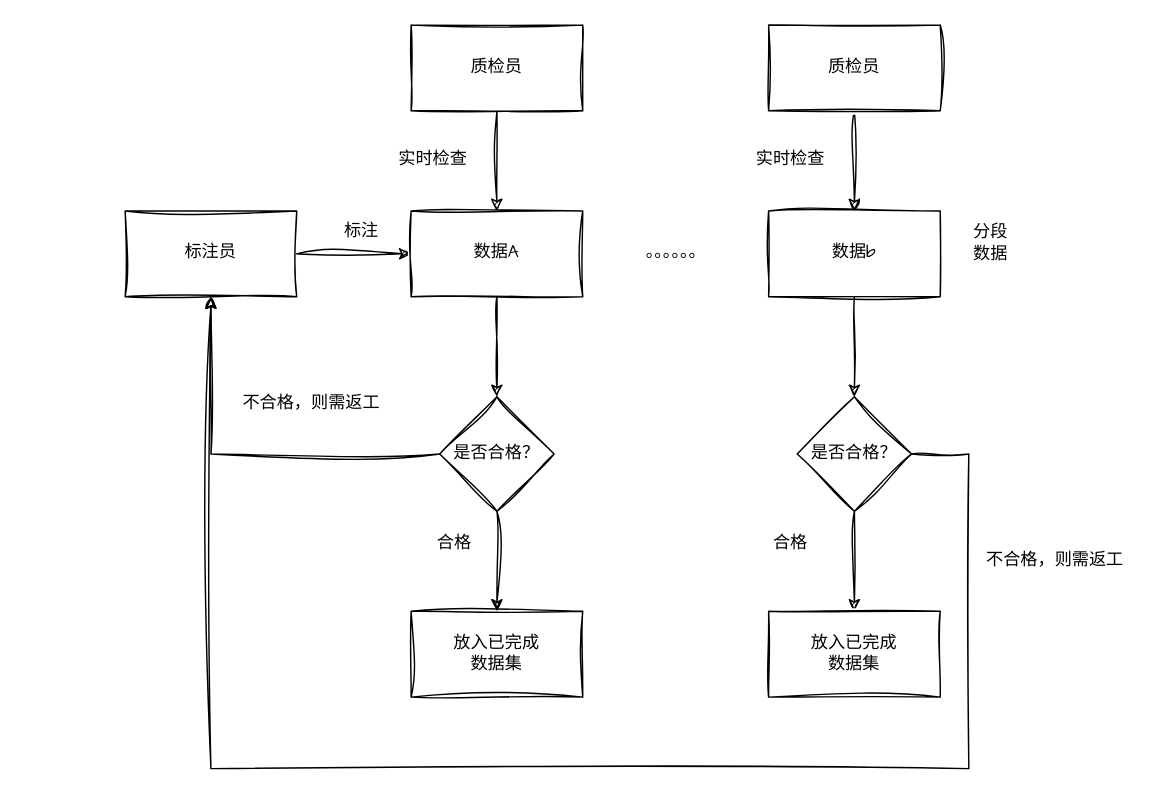
n-i-n-g-e-n/drawio keeps this draw.io diagram as page "实时检验" (2 of 6) of 人工智能训练师三级.drawio. Above is the earlier version. Source tidied: cells renumbered, new cells numbered last; positions are measured from the earlier drawing's top-left corner, leaving out a move shared by most shapes. Both pictures are drawn from the tidied source at 143%, with x=0, y=0 at pixel (124, 24).
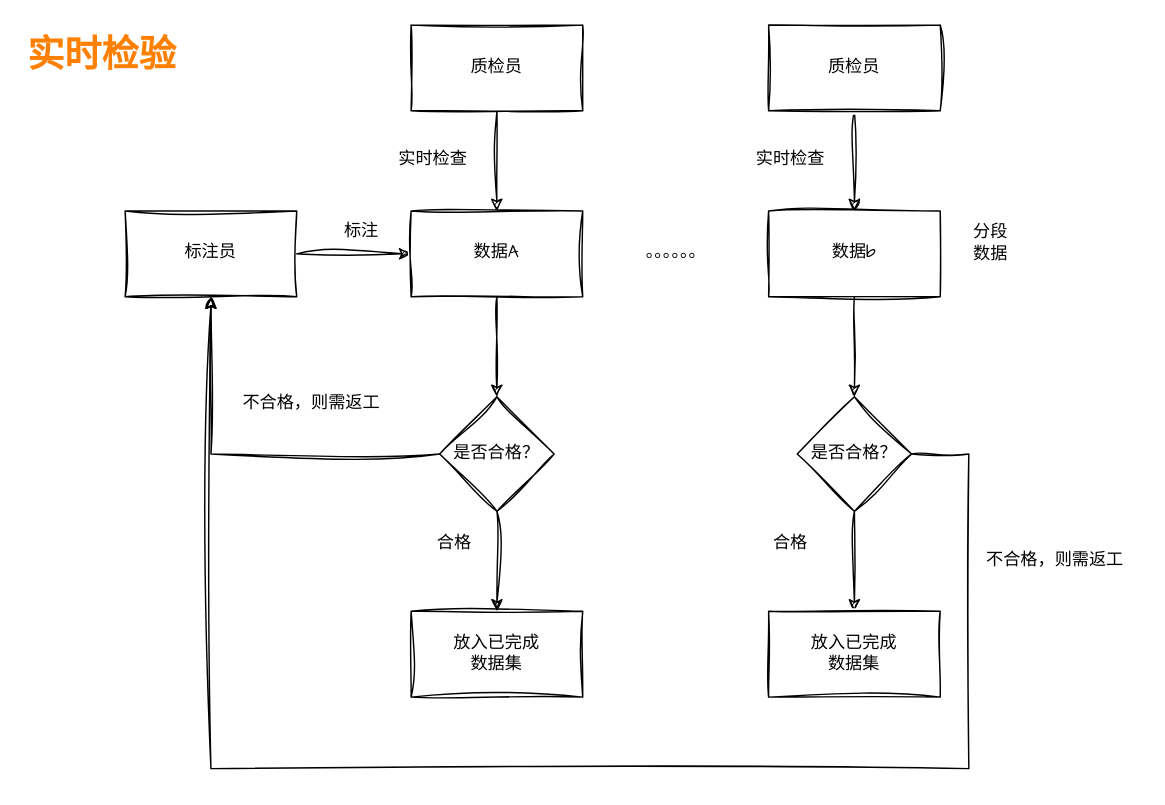
The same diagram, later.

Diff of the diagram source:
```diff
@@
+    <mxCell id="29" value="实时检验" style="text;whiteSpace=wrap;fontFamily=Architects Daughter;fontStyle=1;fontSize=26;fontColor=#FF8000;" parent="1" vertex="1">
+      <mxGeometry x="-70" width="160" height="60" as="geometry" />
+    </mxCell>
```
